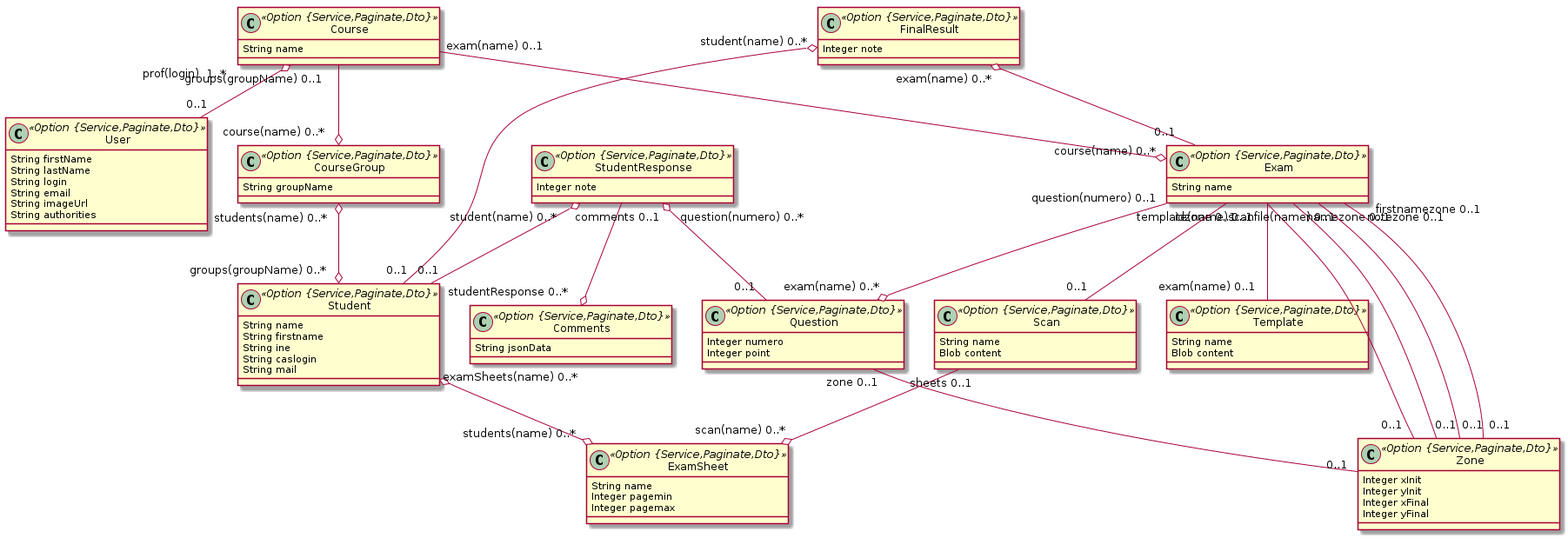
Above: model.png in correctexam/corrigeExamBack (PlantUML), before the change. Source of this version:
```plantuml
@startuml
	!pragma syntax class
	class Course <<Option {Service,Paginate,Dto}>> {
		String name
	}
	class CourseGroup <<Option {Service,Paginate,Dto}>> {
		String groupName
	}
	class Student <<Option {Service,Paginate,Dto}>> {
		String name
		String firstname
		String ine
		String caslogin
		String mail
	}
	class Exam <<Option {Service,Paginate,Dto}>> {
		String name
	}
	class Template <<Option {Service,Paginate,Dto}>> {
		String name
		Blob content
	}
	class Question <<Option {Service,Paginate,Dto}>> {
		Integer numero
		Integer point
	}
	class ExamSheet <<Option {Service,Paginate,Dto}>> {
		String name
		Integer pagemin
		Integer pagemax
	}
	class Scan <<Option {Service,Paginate,Dto}>> {
		String name
		Blob content
	}
	class FinalResult <<Option {Service,Paginate,Dto}>> {
		Integer note
	}
	class StudentResponse <<Option {Service,Paginate,Dto}>> {
		Integer note
	}
	class Comments <<Option {Service,Paginate,Dto}>> {
		String jsonData
	}
	class Zone <<Option {Service,Paginate,Dto}>> {
		Integer xInit
		Integer yInit
		Integer xFinal
		Integer yFinal
	}
	Course  "prof(login)  1..* " o-- "0..1 "  User
	FinalResult  "student(name) 0..* " o-- "0..1 "  Student
	FinalResult  "exam(name) 0..* " o-- "0..1 "  Exam
	StudentResponse  "question(numero) 0..* " o-- "0..1 "  Question
	StudentResponse  "student(name) 0..* " o-- "0..1 "  Student
	Course  "exam(name) 0..1 " --o "course(name) 0..* "  Exam
	Course  "groups(groupName) 0..1 " --o "course(name) 0..* "  CourseGroup
	Exam  "question(numero) 0..1 " --o "exam(name) 0..* "  Question
	StudentResponse  "comments 0..1 " --o "studentResponse 0..* "  Comments
	Scan  "sheets 0..1 " --o "scan(name) 0..* "  ExamSheet
	CourseGroup  "students(name) 0..* " o--o "groups(groupName) 0..* "  Student
	Student  "examSheets(name) 0..* " o--o "students(name) 0..* "  ExamSheet
	Exam  "template(name) 0..1 " -- "exam(name) 0..1 "  Template
	Question  "zone 0..1 " -- "0..1 "  Zone
	Exam  "idzone 0..1 " -- "0..1 "  Zone
	Exam  "namezone 0..1 " -- "0..1 "  Zone
	Exam  "firstnamezone 0..1 " -- "0..1 "  Zone
	Exam  "notezone 0..1 " -- "0..1 "  Zone
	Exam  "scanfile(name) 0..1 " -- "0..1 "  Scan
	class User <<Option {Service,Paginate,Dto}>> {
		String firstName
		String lastName
		String login
		String email
		String imageUrl
		String authorities
	}
@enduml
```
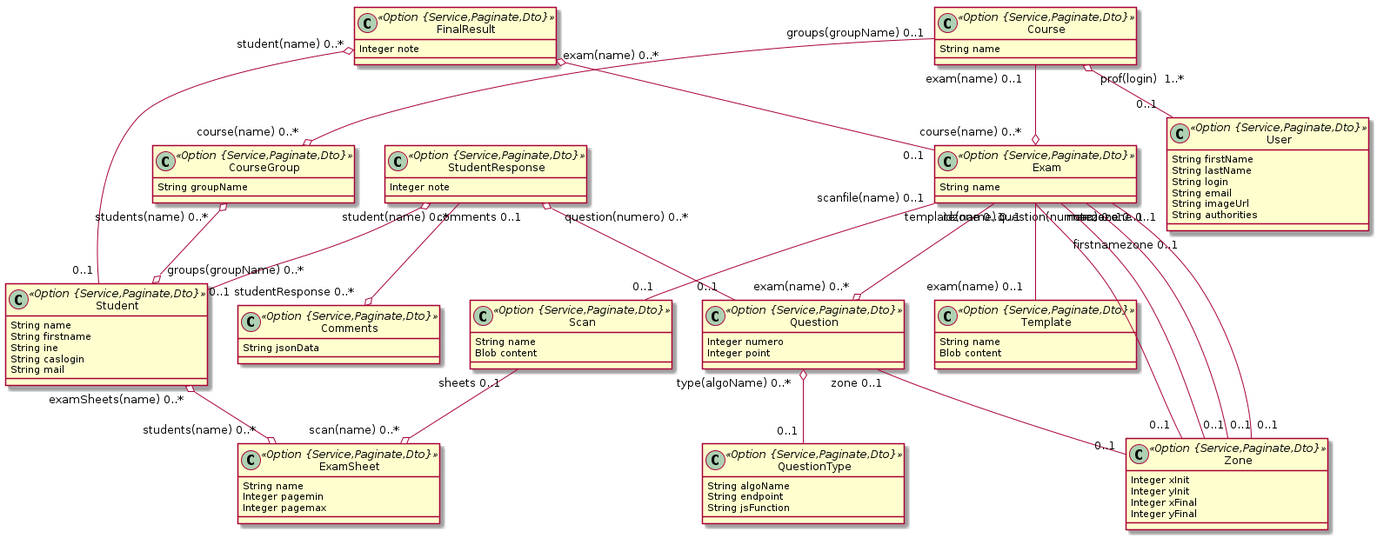
After the commit.

Change to the diagram source:
```diff
@@ -23,6 +23,11 @@
 	class Question <<Option {Service,Paginate,Dto}>> {
 		Integer numero
 		Integer point
+	}
+	class QuestionType <<Option {Service,Paginate,Dto}>> {
+		String algoName
+		String endpoint
+		String jsFunction
 	}
 	class ExamSheet <<Option {Service,Paginate,Dto}>> {
 		String name
@@ -53,6 +58,7 @@
 	FinalResult  "exam(name) 0..* " o-- "0..1 "  Exam
 	StudentResponse  "question(numero) 0..* " o-- "0..1 "  Question
 	StudentResponse  "student(name) 0..* " o-- "0..1 "  Student
+	Question  "type(algoName) 0..* " o-- "0..1 "  QuestionType
 	Course  "exam(name) 0..1 " --o "course(name) 0..* "  Exam
 	Course  "groups(groupName) 0..1 " --o "course(name) 0..* "  CourseGroup
 	Exam  "question(numero) 0..1 " --o "exam(name) 0..* "  Question
```
